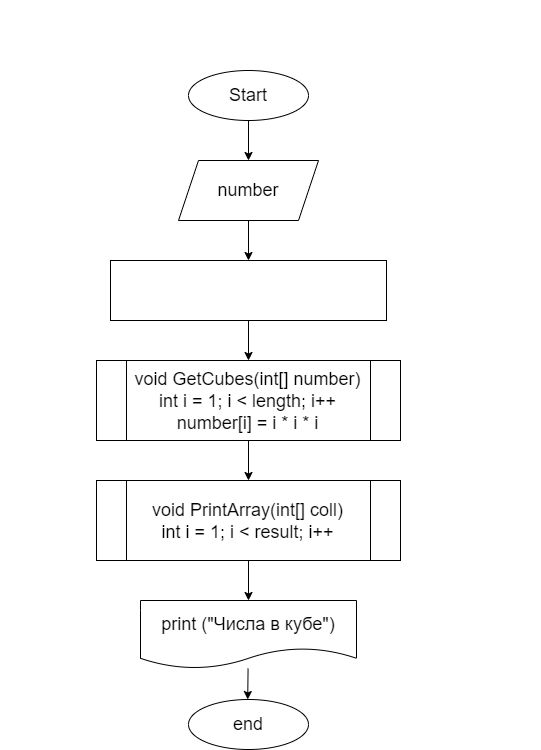
Earlier version of the draw.io export Task_23/diagram.drawio.png (L-manakov/C-sharp). Source tidied: cells renumbered, new cells last; positions are measured from the earlier drawing's top-left corner, leaving out a move shared by most shapes. Source of this version:
```xml
<mxGraphModel>
  <root>
    <mxCell id="0" />
    <mxCell id="1" parent="0" />
    <mxCell id="2" value="&lt;div style=&quot;font-size: 18px ; line-height: 22px&quot;&gt;&lt;p style=&quot;box-sizing: border-box ; margin: 0px&quot;&gt;&lt;span style=&quot;box-sizing: border-box ; font-weight: 700&quot;&gt;Задача 23.&amp;nbsp;&lt;/span&gt;Напишите программу, которая принимает на вход число (N) и выдаёт таблицу кубов чисел от 1 до N.&lt;/p&gt;&lt;/div&gt;" style="text;whiteSpace=wrap;html=1;fontColor=#FFFFFF;labelBackgroundColor=none;align=left;" parent="1" vertex="1">
      <mxGeometry width="540" height="60" as="geometry" />
    </mxCell>
    <mxCell id="3" style="edgeStyle=none;html=1;fontSize=18;fontColor=#000000;labelBackgroundColor=#FFFFFF;labelBorderColor=none;" parent="1" edge="1" source="4" target="6">
      <mxGeometry relative="1" as="geometry" />
    </mxCell>
    <mxCell id="4" value="Start" style="ellipse;whiteSpace=wrap;html=1;labelBackgroundColor=#FFFFFF;fontSize=18;fontColor=#000000;labelBorderColor=none;" parent="1" vertex="1">
      <mxGeometry x="188" y="70" width="120" height="50" as="geometry" />
    </mxCell>
    <mxCell id="5" style="edgeStyle=none;html=1;fontFamily=Helvetica;fontSize=18;fontColor=#FFFFFF;" parent="1" edge="1" source="6" target="12">
      <mxGeometry relative="1" as="geometry" />
    </mxCell>
    <mxCell id="6" value="number" style="shape=parallelogram;perimeter=parallelogramPerimeter;whiteSpace=wrap;html=1;fixedSize=1;labelBackgroundColor=#FFFFFF;fontSize=18;fontColor=#000000;labelBorderColor=none;" parent="1" vertex="1">
      <mxGeometry x="178" y="160" width="140" height="60" as="geometry" />
    </mxCell>
    <mxCell id="7" style="edgeStyle=none;html=1;fontSize=18;fontColor=#000000;" parent="1" edge="1" target="10">
      <mxGeometry relative="1" as="geometry">
        <mxPoint x="248" y="620" as="sourcePoint" />
      </mxGeometry>
    </mxCell>
    <mxCell id="8" value="end" style="ellipse;whiteSpace=wrap;html=1;labelBackgroundColor=#FFFFFF;fontSize=18;fontColor=#000000;labelBorderColor=none;" parent="1" vertex="1">
      <mxGeometry x="188" y="699" width="120" height="50" as="geometry" />
    </mxCell>
    <mxCell id="9" style="edgeStyle=none;html=1;fontColor=#000000;" parent="1" edge="1" source="10" target="8">
      <mxGeometry relative="1" as="geometry" />
    </mxCell>
    <mxCell id="10" value="&lt;font style=&quot;font-size: 18px&quot;&gt;&lt;span style=&quot;color: rgb(0 , 0 , 0) ; background-color: rgb(255 , 255 , 255)&quot;&gt;print (&quot;Числа в кубе&quot;&lt;/span&gt;&lt;span style=&quot;background-color: rgb(255 , 255 , 255) ; color: rgb(0 , 0 , 0)&quot;&gt;)&lt;/span&gt;&lt;/font&gt;" style="shape=document;whiteSpace=wrap;html=1;boundedLbl=1;fontSize=18;" parent="1" vertex="1">
      <mxGeometry x="140" y="600" width="216" height="68" as="geometry" />
    </mxCell>
    <mxCell id="11" style="edgeStyle=none;html=1;fontFamily=Helvetica;fontSize=18;fontColor=#000000;" parent="1" edge="1" source="12" target="14">
      <mxGeometry relative="1" as="geometry" />
    </mxCell>
    <mxCell id="12" value="&lt;font style=&quot;font-size: 18px&quot;&gt;number = |number|&lt;/font&gt;" style="rounded=0;whiteSpace=wrap;html=1;labelBackgroundColor=none;fontFamily=Helvetica;fontColor=#FFFFFF;" parent="1" vertex="1">
      <mxGeometry x="110" y="260" width="276" height="60" as="geometry" />
    </mxCell>
    <mxCell id="13" style="edgeStyle=none;html=1;fontFamily=Helvetica;fontSize=18;fontColor=#000000;" parent="1" edge="1" source="14" target="16">
      <mxGeometry relative="1" as="geometry" />
    </mxCell>
    <mxCell id="14" value="&lt;div style=&quot;line-height: 22px&quot;&gt;&lt;div style=&quot;line-height: 22px&quot;&gt;&lt;font color=&quot;#000000&quot; style=&quot;font-size: 18px ; background-color: rgb(255 , 255 , 255)&quot;&gt;void GetCubes(int[] number)&lt;/font&gt;&lt;/div&gt;&lt;div style=&quot;line-height: 22px&quot;&gt;&lt;div style=&quot;line-height: 22px&quot;&gt;&lt;font color=&quot;#000000&quot; style=&quot;background-color: rgb(255 , 255 , 255)&quot;&gt;int i = 1; i &amp;lt; length; i++&lt;/font&gt;&lt;/div&gt;&lt;div style=&quot;line-height: 22px&quot;&gt;&lt;div style=&quot;line-height: 22px&quot;&gt;&lt;font color=&quot;#000000&quot; style=&quot;background-color: rgb(255 , 255 , 255)&quot;&gt;number[i] = i * i * i&lt;/font&gt;&lt;/div&gt;&lt;/div&gt;&lt;/div&gt;&lt;/div&gt;" style="shape=process;whiteSpace=wrap;html=1;backgroundOutline=1;labelBackgroundColor=none;fontFamily=Helvetica;fontSize=18;fontColor=#FFFFFF;" parent="1" vertex="1">
      <mxGeometry x="96" y="360" width="304" height="80" as="geometry" />
    </mxCell>
    <mxCell id="15" style="edgeStyle=none;html=1;fontFamily=Helvetica;fontSize=18;fontColor=#000000;" parent="1" edge="1" source="16" target="10">
      <mxGeometry relative="1" as="geometry" />
    </mxCell>
    <mxCell id="16" value="&lt;div style=&quot;line-height: 22px&quot;&gt;&lt;div style=&quot;line-height: 22px&quot;&gt;&lt;div style=&quot;line-height: 22px&quot;&gt;&lt;font style=&quot;background-color: rgb(255 , 255 , 255)&quot; color=&quot;#000000&quot;&gt;void PrintArray(int[] coll)&lt;/font&gt;&lt;/div&gt;&lt;div style=&quot;line-height: 22px&quot;&gt;&lt;div style=&quot;line-height: 22px&quot;&gt;&lt;font style=&quot;background-color: rgb(255 , 255 , 255)&quot; color=&quot;#000000&quot;&gt;int i = 1; i &amp;lt; result; i++&lt;/font&gt;&lt;/div&gt;&lt;/div&gt;&lt;/div&gt;&lt;/div&gt;" style="shape=process;whiteSpace=wrap;html=1;backgroundOutline=1;labelBackgroundColor=none;fontFamily=Helvetica;fontSize=18;fontColor=#FFFFFF;" parent="1" vertex="1">
      <mxGeometry x="96" y="480" width="304" height="80" as="geometry" />
    </mxCell>
  </root>
</mxGraphModel>
```
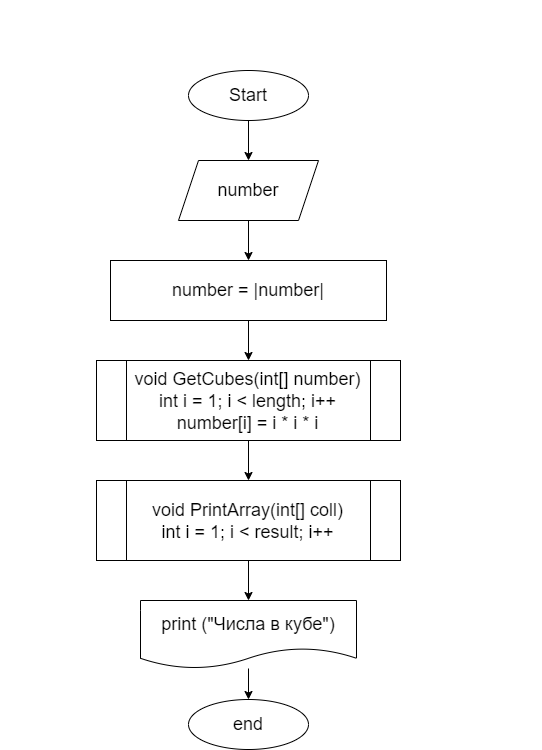
Above is the later version.

Diff of the diagram source:
```diff
@@ -34,7 +34,7 @@
     <mxCell id="11" style="edgeStyle=none;html=1;fontFamily=Helvetica;fontSize=18;fontColor=#000000;" parent="1" edge="1" source="12" target="14">
       <mxGeometry relative="1" as="geometry" />
     </mxCell>
-    <mxCell id="12" value="&lt;font style=&quot;font-size: 18px&quot;&gt;number = |number|&lt;/font&gt;" style="rounded=0;whiteSpace=wrap;html=1;labelBackgroundColor=none;fontFamily=Helvetica;fontColor=#FFFFFF;" parent="1" vertex="1">
+    <mxCell id="12" value="&lt;font style=&quot;font-size: 18px ; background-color: rgb(255 , 255 , 255)&quot; color=&quot;#000000&quot;&gt;number = |number|&lt;/font&gt;" style="rounded=0;whiteSpace=wrap;html=1;labelBackgroundColor=none;fontFamily=Helvetica;fontColor=#FFFFFF;" parent="1" vertex="1">
       <mxGeometry x="110" y="260" width="276" height="60" as="geometry" />
     </mxCell>
     <mxCell id="13" style="edgeStyle=none;html=1;fontFamily=Helvetica;fontSize=18;fontColor=#000000;" parent="1" edge="1" source="14" target="16">
```
